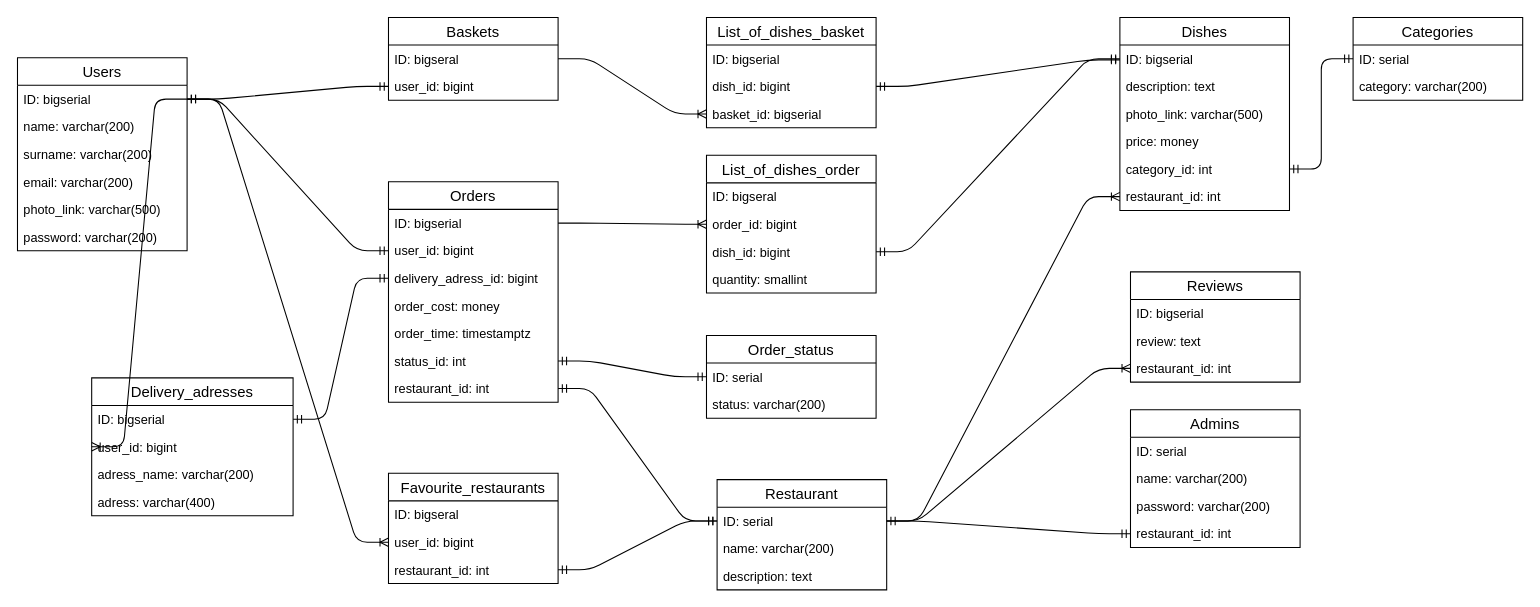
Above: delivery_food.drawio in Katala121/delivery_food (draw.io), before the change. Source tidied: cells renumbered, new cells numbered last; positions are measured from the earlier drawing's top-left corner, leaving out a move shared by most shapes. Both pictures are drawn from the tidied source at 106%, with x=0, y=0 at pixel (17, 17).
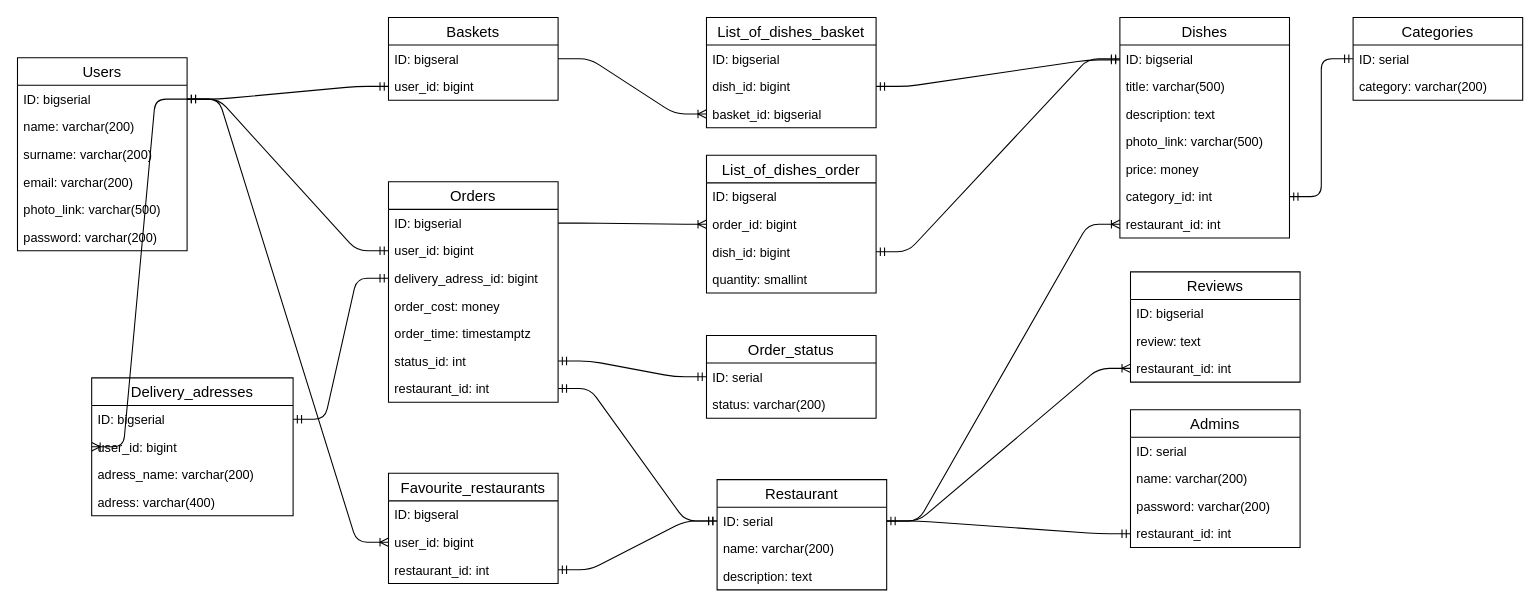
The same diagram, later.

The edit, as a diff of the source:
```diff
@@
     <mxCell id="2" value="Dishes" style="swimlane;fontStyle=0;horizontal=1;startSize=26;align=center;fontSize=14;" parent="1" vertex="1">
-      <mxGeometry x="1040" width="160" height="182" as="geometry" />
+      <mxGeometry x="1040" width="160" height="208" as="geometry" />
     </mxCell>
@@
+    <mxCell id="80" value="title: varchar(500)" style="text;strokeColor=none;fillColor=none;spacingLeft=4;spacingRight=4;overflow=hidden;fontSize=12;" parent="2" vertex="1">
+      <mxGeometry y="52" width="160" height="26" as="geometry" />
+    </mxCell>
     <mxCell id="4" value="description: text" style="text;strokeColor=none;fillColor=none;spacingLeft=4;spacingRight=4;overflow=hidden;fontSize=12;" parent="2" vertex="1">
-      <mxGeometry y="52" width="160" height="26" as="geometry" />
+      <mxGeometry y="78" width="160" height="26" as="geometry" />
     </mxCell>
     <mxCell id="5" value="photo_link: varchar(500)" style="text;strokeColor=none;fillColor=none;spacingLeft=4;spacingRight=4;overflow=hidden;fontSize=12;" parent="2" vertex="1">
-      <mxGeometry y="78" width="160" height="26" as="geometry" />
+      <mxGeometry y="104" width="160" height="26" as="geometry" />
     </mxCell>
     <mxCell id="6" value="price: money" style="text;strokeColor=none;fillColor=none;spacingLeft=4;spacingRight=4;overflow=hidden;fontSize=12;" parent="2" vertex="1">
-      <mxGeometry y="104" width="160" height="26" as="geometry" />
+      <mxGeometry y="130" width="160" height="26" as="geometry" />
     </mxCell>
     <mxCell id="7" value="category_id: int" style="text;strokeColor=none;fillColor=none;spacingLeft=4;spacingRight=4;overflow=hidden;points=[[0,0.5],[1,0.5]];portConstraint=eastwest;fontSize=12;" parent="2" vertex="1">
-      <mxGeometry y="130" width="160" height="26" as="geometry" />
+      <mxGeometry y="156" width="160" height="26" as="geometry" />
     </mxCell>
     <mxCell id="8" value="restaurant_id: int" style="text;strokeColor=none;fillColor=none;spacingLeft=4;spacingRight=4;overflow=hidden;points=[[0,0.5],[1,0.5]];portConstraint=eastwest;fontSize=12;" parent="2" vertex="1">
-      <mxGeometry y="156" width="160" height="26" as="geometry" />
+      <mxGeometry y="182" width="160" height="26" as="geometry" />
     </mxCell>
```
